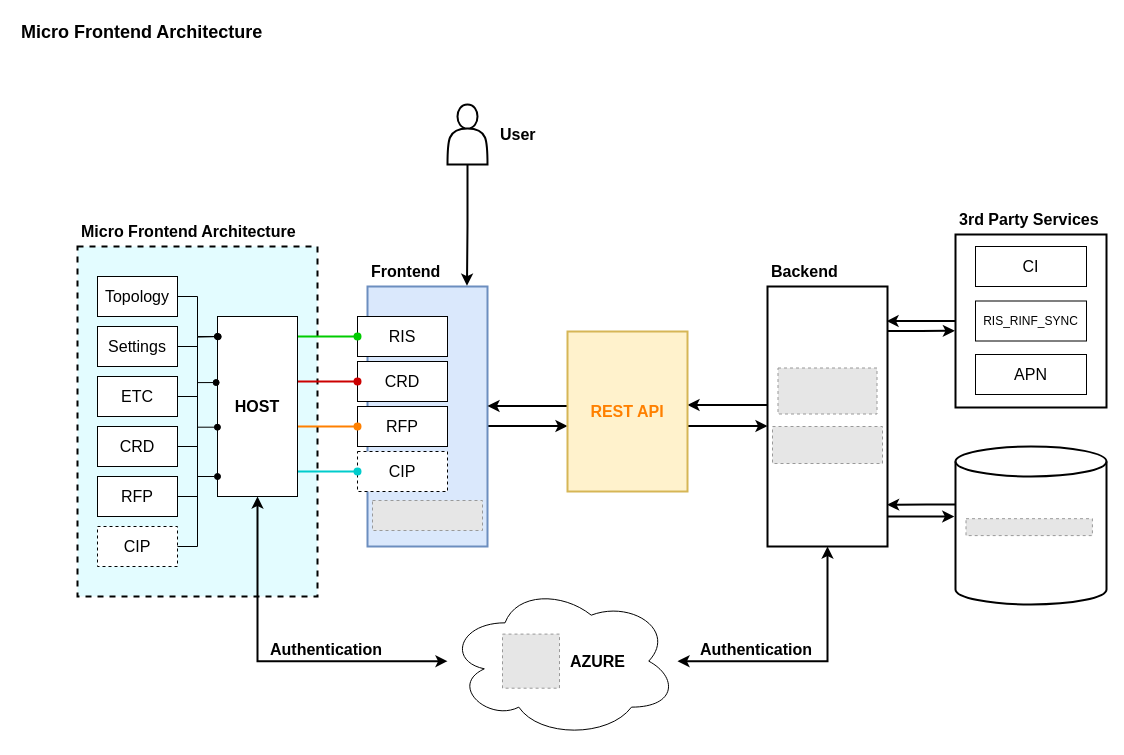
Before: app-architecture.drawio in mathudak/diagrams, a draw.io diagram. Source tidied: cells renumbered, new cells numbered last; positions are measured from the earlier drawing's top-left corner, leaving out a move shared by most shapes. Both pictures are drawn from the tidied source at 100%, with x=0, y=0 at pixel (17, 17). Pictures stored in the file or linked from it are replaced by grey dashed boxes.
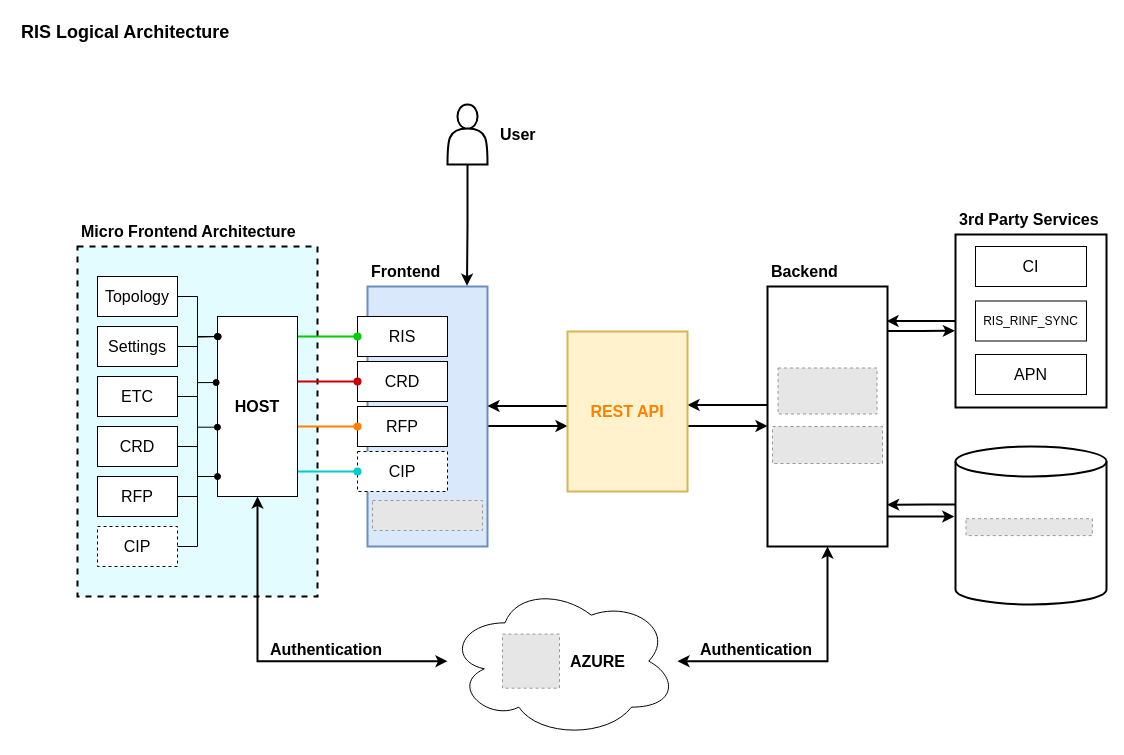
The same diagram, later.

What changed in the source:
```diff
@@
-    <mxCell id="60" value="Micro Frontend Architecture" style="text;html=1;align=left;verticalAlign=middle;whiteSpace=wrap;rounded=0;fontSize=18;fontStyle=1;spacingLeft=2;" parent="1" vertex="1">
-      <mxGeometry width="350" height="30" as="geometry" />
+    <mxCell id="60" value="RIS Logical Architecture" style="text;html=1;align=left;verticalAlign=middle;whiteSpace=wrap;rounded=0;fontSize=18;fontStyle=1;spacingLeft=2;" parent="1" vertex="1">
+      <mxGeometry width="349" height="30" as="geometry" />
     </mxCell>
```
